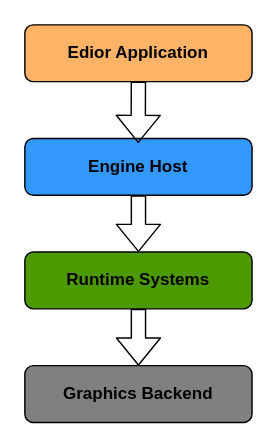
Before: docs/uml/engine.drawio in The-Lyricis/HybridEngine, a draw.io diagram. Source tidied: cells renumbered, new cells numbered last; positions are measured from the earlier drawing's top-left corner, leaving out a move shared by most shapes. Both pictures are drawn from the tidied source at 142%, with x=0, y=0 at pixel (24, 24).
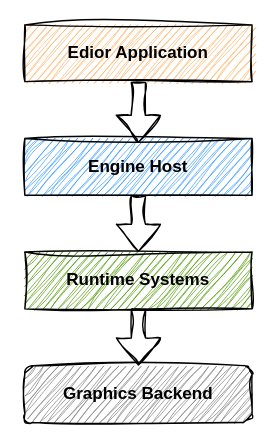
After the change.

What changed in the source:
```diff
@@
 <mxGraphModel>
   <root>
     <mxCell id="0" />
     <mxCell id="1" parent="0" />
-    <mxCell id="2" value="&lt;b&gt;Edior Application&lt;/b&gt;" style="rounded=1;whiteSpace=wrap;html=1;gradientColor=none;fillColor=#FFB366;" parent="1" vertex="1">
+    <mxCell id="2" value="&lt;b&gt;Edior Application&lt;/b&gt;" style="rounded=0;whiteSpace=wrap;html=1;gradientColor=none;fillColor=#FFB366;sketch=1;curveFitting=1;jiggle=2;" parent="1" vertex="1">
       <mxGeometry width="160" height="40" as="geometry" />
     </mxCell>
-    <mxCell id="3" style="edgeStyle=none;html=1;entryX=0.5;entryY=0;entryDx=0;entryDy=0;shape=flexArrow;" parent="1" edge="1" source="4" target="6">
+    <mxCell id="3" style="edgeStyle=none;html=1;entryX=0.5;entryY=0;entryDx=0;entryDy=0;shape=flexArrow;sketch=1;curveFitting=1;jiggle=2;rounded=0;" parent="1" edge="1" source="4" target="6">
       <mxGeometry relative="1" as="geometry" />
     </mxCell>
-    <mxCell id="4" value="&lt;b&gt;Engine Host&lt;/b&gt;" style="rounded=1;whiteSpace=wrap;html=1;gradientColor=none;fillColor=#3399FF;" parent="1" vertex="1">
+    <mxCell id="4" value="&lt;b&gt;Engine Host&lt;/b&gt;" style="rounded=0;whiteSpace=wrap;html=1;gradientColor=none;fillColor=#3399FF;glass=0;perimeterSpacing=0;shadow=0;sketch=1;curveFitting=1;jiggle=2;" parent="1" vertex="1">
       <mxGeometry y="80" width="160" height="40" as="geometry" />
     </mxCell>
-    <mxCell id="5" style="edgeStyle=none;html=1;exitX=0.5;exitY=1;exitDx=0;exitDy=0;entryX=0.5;entryY=0;entryDx=0;entryDy=0;shape=flexArrow;" parent="1" edge="1" source="6" target="7">
+    <mxCell id="5" style="edgeStyle=none;html=1;exitX=0.5;exitY=1;exitDx=0;exitDy=0;entryX=0.5;entryY=0;entryDx=0;entryDy=0;shape=flexArrow;sketch=1;curveFitting=1;jiggle=2;rounded=0;" parent="1" edge="1" source="6" target="7">
       <mxGeometry relative="1" as="geometry" />
     </mxCell>
-    <mxCell id="6" value="&lt;b&gt;Runtime Systems&lt;/b&gt;" style="rounded=1;whiteSpace=wrap;html=1;gradientColor=none;fillColor=#4D9900;" parent="1" vertex="1">
+    <mxCell id="6" value="&lt;b&gt;Runtime Systems&lt;/b&gt;" style="rounded=0;whiteSpace=wrap;html=1;gradientColor=none;fillColor=#4D9900;shadow=0;sketch=1;curveFitting=1;jiggle=2;" parent="1" vertex="1">
       <mxGeometry y="160" width="160" height="40" as="geometry" />
     </mxCell>
-    <mxCell id="7" value="&lt;b&gt;Graphics Backend&lt;/b&gt;" style="rounded=1;whiteSpace=wrap;html=1;gradientColor=none;fillColor=#808080;" parent="1" vertex="1">
+    <mxCell id="7" value="&lt;b&gt;Graphics Backend&lt;/b&gt;" style="rounded=1;whiteSpace=wrap;html=1;gradientColor=none;fillColor=#808080;sketch=1;curveFitting=1;jiggle=2;" parent="1" vertex="1">
       <mxGeometry y="240" width="160" height="40" as="geometry" />
     </mxCell>
-    <mxCell id="8" style="edgeStyle=none;html=1;entryX=0.499;entryY=0.081;entryDx=0;entryDy=0;entryPerimeter=0;rounded=1;curved=0;shape=flexArrow;" parent="1" edge="1" source="2" target="4">
+    <mxCell id="8" style="edgeStyle=none;html=1;entryX=0.499;entryY=0.081;entryDx=0;entryDy=0;entryPerimeter=0;rounded=0;curved=0;shape=flexArrow;sketch=1;curveFitting=1;jiggle=2;" parent="1" edge="1" source="2" target="4">
       <mxGeometry relative="1" as="geometry" />
     </mxCell>
   </root>
 </mxGraphModel>
```
